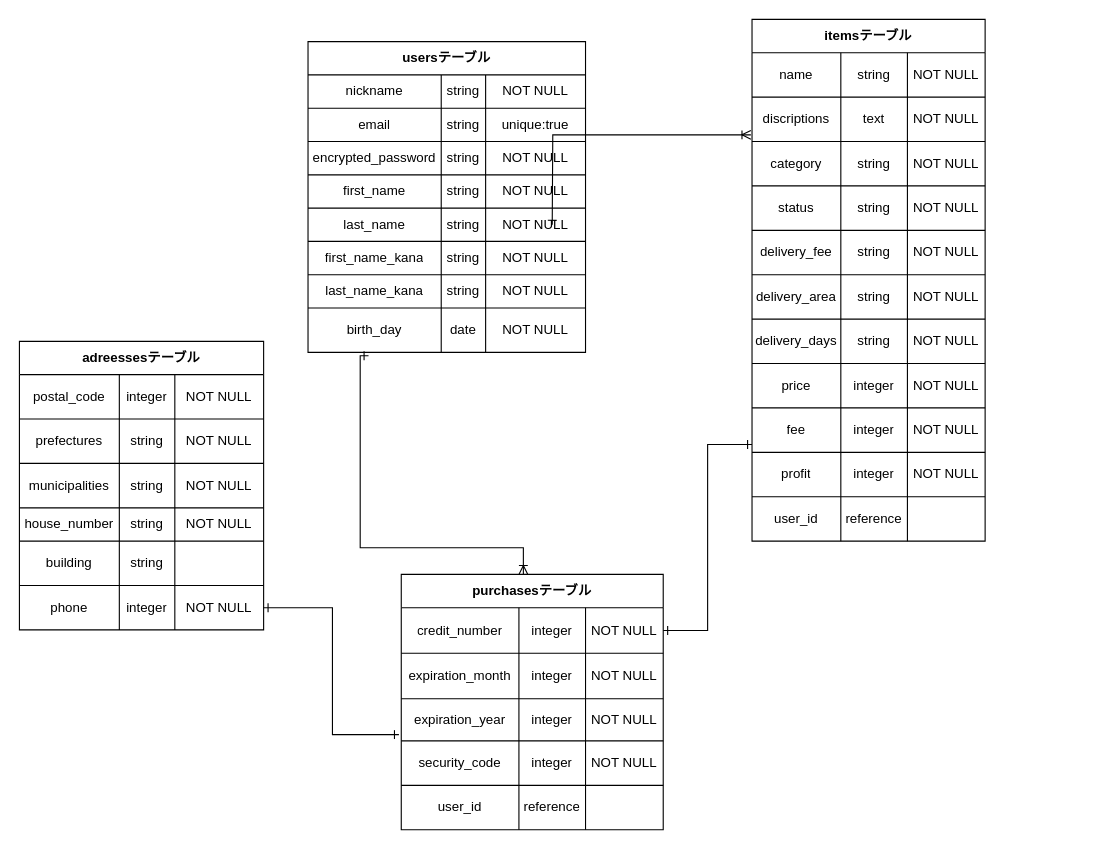
takashi3802/furima-34451 keeps this draw.io diagram as furima.dio. Above is the earlier version. Source tidied: cells renumbered, new cells numbered last; positions are measured from the earlier drawing's top-left corner, leaving out a move shared by most shapes. Both pictures are drawn from the tidied source at 111%, with x=0, y=0 at pixel (19, 19).
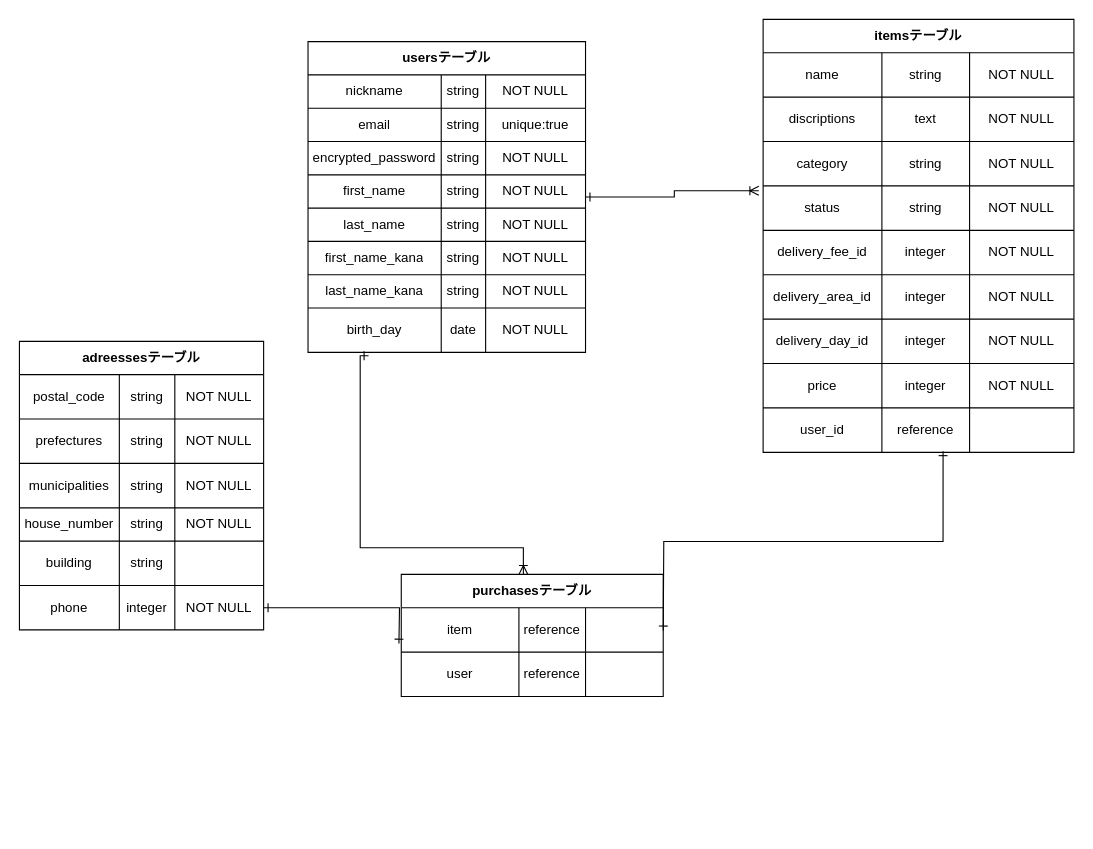
The same page after the edit.

Commit message (it also covers changes not shown here):
ER図・README修正2

The change refers to these unchanged cells:
```xml
<mxCell id="2" value="usersテーブル" style="shape=table;html=1;whiteSpace=wrap;startSize=30;childLayout=tableLayout;fontStyle=1;align=center;" parent="1" vertex="1">
  <mxGeometry x="260" y="20" width="250" height="280" as="geometry" />
</mxCell>
<mxCell id="82" style="shape=partialRectangle;html=1;whiteSpace=wrap;fillColor=none;top=0;left=0;bottom=0;right=0;" parent="81" vertex="1">
  <mxGeometry y="30" width="220" height="40" as="geometry" />
</mxCell>
<mxCell id="102" style="shape=partialRectangle;html=1;whiteSpace=wrap;fillColor=none;top=0;left=0;bottom=0;right=0;points=[[0,0.5],[1,0.5]];portConstraint=eastwest;" parent="81" vertex="1">
  <mxGeometry y="220" width="220" height="40" as="geometry" />
</mxCell>
```

What changed in the source:
```diff
@@
+    <mxCell id="131" style="edgeStyle=orthogonalEdgeStyle;rounded=0;jettySize=auto;html=1;entryX=-0.014;entryY=0.108;entryDx=0;entryDy=0;entryPerimeter=0;endArrow=ERoneToMany;endFill=0;startArrow=ERone;startFill=0;" parent="1" edge="1" source="2" target="48">
+      <mxGeometry relative="1" as="geometry" />
+    </mxCell>
@@
     <mxCell id="35" value="itemsテーブル" style="shape=table;html=1;whiteSpace=wrap;startSize=30;childLayout=tableLayout;fontStyle=1;align=center;" parent="1" vertex="1">
-      <mxGeometry x="660" width="210" height="470" as="geometry" />
+      <mxGeometry x="670" width="280" height="390" as="geometry" />
     </mxCell>
     <mxCell id="36" style="shape=partialRectangle;html=1;whiteSpace=wrap;fillColor=none;top=0;left=0;bottom=0;right=0;" parent="35" vertex="1">
-      <mxGeometry y="30" width="210" height="40" as="geometry" />
+      <mxGeometry y="30" width="280" height="40" as="geometry" />
     </mxCell>
     <mxCell id="37" value="name" style="shape=partialRectangle;html=1;whiteSpace=wrap;fillColor=none;top=0;left=0;bottom=0;right=0;overflow=hidden;" parent="36" vertex="1">
-      <mxGeometry width="80" height="40" as="geometry" />
+      <mxGeometry width="107" height="40" as="geometry" />
     </mxCell>
     <mxCell id="38" value="string" style="shape=partialRectangle;html=1;whiteSpace=wrap;fillColor=none;top=0;left=0;bottom=0;right=0;overflow=hidden;" parent="36" vertex="1">
-      <mxGeometry x="80" width="60" height="40" as="geometry" />
+      <mxGeometry x="107" width="79" height="40" as="geometry" />
     </mxCell>
     <mxCell id="39" value="NOT NULL" style="shape=partialRectangle;html=1;whiteSpace=wrap;fillColor=none;top=0;left=0;bottom=0;right=0;overflow=hidden;" parent="36" vertex="1">
-      <mxGeometry x="140" width="70" height="40" as="geometry" />
+      <mxGeometry x="186" width="94" height="40" as="geometry" />
     </mxCell>
     <mxCell id="40" style="shape=partialRectangle;html=1;whiteSpace=wrap;fillColor=none;top=0;left=0;bottom=0;right=0;points=[[0,0.5],[1,0.5]];portConstraint=eastwest;" parent="35" vertex="1">
-      <mxGeometry y="70" width="210" height="40" as="geometry" />
+      <mxGeometry y="70" width="280" height="40" as="geometry" />
     </mxCell>
     <mxCell id="41" value="discriptions" style="shape=partialRectangle;html=1;whiteSpace=wrap;fillColor=none;top=0;left=0;bottom=0;right=0;overflow=hidden;" parent="40" vertex="1">
-      <mxGeometry width="80" height="40" as="geometry" />
+      <mxGeometry width="107" height="40" as="geometry" />
     </mxCell>
     <mxCell id="42" value="text" style="shape=partialRectangle;html=1;whiteSpace=wrap;fillColor=none;top=0;left=0;bottom=0;right=0;overflow=hidden;" parent="40" vertex="1">
-      <mxGeometry x="80" width="60" height="40" as="geometry" />
+      <mxGeometry x="107" width="79" height="40" as="geometry" />
     </mxCell>
     <mxCell id="43" value="NOT NULL" style="shape=partialRectangle;html=1;whiteSpace=wrap;fillColor=none;top=0;left=0;bottom=0;right=0;overflow=hidden;" parent="40" vertex="1">
-      <mxGeometry x="140" width="70" height="40" as="geometry" />
+      <mxGeometry x="186" width="94" height="40" as="geometry" />
     </mxCell>
     <mxCell id="44" style="shape=partialRectangle;html=1;whiteSpace=wrap;fillColor=none;top=0;left=0;bottom=0;right=0;" parent="35" vertex="1">
-      <mxGeometry y="110" width="210" height="40" as="geometry" />
+      <mxGeometry y="110" width="280" height="40" as="geometry" />
     </mxCell>
     <mxCell id="45" value="category" style="shape=partialRectangle;html=1;whiteSpace=wrap;fillColor=none;top=0;left=0;bottom=0;right=0;overflow=hidden;" parent="44" vertex="1">
-      <mxGeometry width="80" height="40" as="geometry" />
+      <mxGeometry width="107" height="40" as="geometry" />
     </mxCell>
     <mxCell id="46" value="string" style="shape=partialRectangle;html=1;whiteSpace=wrap;fillColor=none;top=0;left=0;bottom=0;right=0;overflow=hidden;" parent="44" vertex="1">
-      <mxGeometry x="80" width="60" height="40" as="geometry" />
+      <mxGeometry x="107" width="79" height="40" as="geometry" />
     </mxCell>
     <mxCell id="47" value="NOT NULL" style="shape=partialRectangle;html=1;whiteSpace=wrap;fillColor=none;top=0;left=0;bottom=0;right=0;overflow=hidden;" parent="44" vertex="1">
-      <mxGeometry x="140" width="70" height="40" as="geometry" />
+      <mxGeometry x="186" width="94" height="40" as="geometry" />
     </mxCell>
     <mxCell id="48" style="shape=partialRectangle;html=1;whiteSpace=wrap;fillColor=none;top=0;left=0;bottom=0;right=0;points=[[0,0.5],[1,0.5]];portConstraint=eastwest;" parent="35" vertex="1">
-      <mxGeometry y="150" width="210" height="40" as="geometry" />
+      <mxGeometry y="150" width="280" height="40" as="geometry" />
     </mxCell>
     <mxCell id="49" value="status" style="shape=partialRectangle;html=1;whiteSpace=wrap;fillColor=none;top=0;left=0;bottom=0;right=0;overflow=hidden;" parent="48" vertex="1">
-      <mxGeometry width="80" height="40" as="geometry" />
+      <mxGeometry width="107" height="40" as="geometry" />
     </mxCell>
     <mxCell id="50" value="string" style="shape=partialRectangle;html=1;whiteSpace=wrap;fillColor=none;top=0;left=0;bottom=0;right=0;overflow=hidden;" parent="48" vertex="1">
-      <mxGeometry x="80" width="60" height="40" as="geometry" />
+      <mxGeometry x="107" width="79" height="40" as="geometry" />
     </mxCell>
     <mxCell id="51" value="NOT NULL" style="shape=partialRectangle;html=1;whiteSpace=wrap;fillColor=none;top=0;left=0;bottom=0;right=0;overflow=hidden;" parent="48" vertex="1">
-      <mxGeometry x="140" width="70" height="40" as="geometry" />
+      <mxGeometry x="186" width="94" height="40" as="geometry" />
     </mxCell>
     <mxCell id="52" style="shape=partialRectangle;html=1;whiteSpace=wrap;fillColor=none;top=0;left=0;bottom=0;right=0;" parent="35" vertex="1">
-      <mxGeometry y="190" width="210" height="40" as="geometry" />
+      <mxGeometry y="190" width="280" height="40" as="geometry" />
     </mxCell>
-    <mxCell id="53" value="delivery_fee" style="shape=partialRectangle;html=1;whiteSpace=wrap;fillColor=none;top=0;left=0;bottom=0;right=0;overflow=hidden;" parent="52" vertex="1">
-      <mxGeometry width="80" height="40" as="geometry" />
+    <mxCell id="53" value="delivery_fee_id" style="shape=partialRectangle;html=1;whiteSpace=wrap;fillColor=none;top=0;left=0;bottom=0;right=0;overflow=hidden;" parent="52" vertex="1">
+      <mxGeometry width="107" height="40" as="geometry" />
     </mxCell>
-    <mxCell id="54" value="string" style="shape=partialRectangle;html=1;whiteSpace=wrap;fillColor=none;top=0;left=0;bottom=0;right=0;overflow=hidden;" parent="52" vertex="1">
-      <mxGeometry x="80" width="60" height="40" as="geometry" />
+    <mxCell id="54" value="integer" style="shape=partialRectangle;html=1;whiteSpace=wrap;fillColor=none;top=0;left=0;bottom=0;right=0;overflow=hidden;" parent="52" vertex="1">
+      <mxGeometry x="107" width="79" height="40" as="geometry" />
     </mxCell>
     <mxCell id="55" value="NOT NULL" style="shape=partialRectangle;html=1;whiteSpace=wrap;fillColor=none;top=0;left=0;bottom=0;right=0;overflow=hidden;" parent="52" vertex="1">
-      <mxGeometry x="140" width="70" height="40" as="geometry" />
+      <mxGeometry x="186" width="94" height="40" as="geometry" />
     </mxCell>
     <mxCell id="56" style="shape=partialRectangle;html=1;whiteSpace=wrap;fillColor=none;top=0;left=0;bottom=0;right=0;" parent="35" vertex="1">
-      <mxGeometry y="230" width="210" height="40" as="geometry" />
+      <mxGeometry y="230" width="280" height="40" as="geometry" />
     </mxCell>
-    <mxCell id="57" value="delivery_area" style="shape=partialRectangle;html=1;whiteSpace=wrap;fillColor=none;top=0;left=0;bottom=0;right=0;overflow=hidden;" parent="56" vertex="1">
-      <mxGeometry width="80" height="40" as="geometry" />
+    <mxCell id="57" value="delivery_area_id" style="shape=partialRectangle;html=1;whiteSpace=wrap;fillColor=none;top=0;left=0;bottom=0;right=0;overflow=hidden;" parent="56" vertex="1">
+      <mxGeometry width="107" height="40" as="geometry" />
     </mxCell>
-    <mxCell id="58" value="string" style="shape=partialRectangle;html=1;whiteSpace=wrap;fillColor=none;top=0;left=0;bottom=0;right=0;overflow=hidden;" parent="56" vertex="1">
-      <mxGeometry x="80" width="60" height="40" as="geometry" />
+    <mxCell id="58" value="integer" style="shape=partialRectangle;html=1;whiteSpace=wrap;fillColor=none;top=0;left=0;bottom=0;right=0;overflow=hidden;" parent="56" vertex="1">
+      <mxGeometry x="107" width="79" height="40" as="geometry" />
     </mxCell>
     <mxCell id="59" value="NOT NULL" style="shape=partialRectangle;html=1;whiteSpace=wrap;fillColor=none;top=0;left=0;bottom=0;right=0;overflow=hidden;" parent="56" vertex="1">
-      <mxGeometry x="140" width="70" height="40" as="geometry" />
+      <mxGeometry x="186" width="94" height="40" as="geometry" />
     </mxCell>
     <mxCell id="60" style="shape=partialRectangle;html=1;whiteSpace=wrap;fillColor=none;top=0;left=0;bottom=0;right=0;" parent="35" vertex="1">
-      <mxGeometry y="270" width="210" height="40" as="geometry" />
+      <mxGeometry y="270" width="280" height="40" as="geometry" />
     </mxCell>
-    <mxCell id="61" value="delivery_days" style="shape=partialRectangle;html=1;whiteSpace=wrap;fillColor=none;top=0;left=0;bottom=0;right=0;overflow=hidden;" parent="60" vertex="1">
-      <mxGeometry width="80" height="40" as="geometry" />
+    <mxCell id="61" value="delivery_day_id" style="shape=partialRectangle;html=1;whiteSpace=wrap;fillColor=none;top=0;left=0;bottom=0;right=0;overflow=hidden;" parent="60" vertex="1">
+      <mxGeometry width="107" height="40" as="geometry" />
     </mxCell>
-    <mxCell id="62" value="string" style="shape=partialRectangle;html=1;whiteSpace=wrap;fillColor=none;top=0;left=0;bottom=0;right=0;overflow=hidden;" parent="60" vertex="1">
-      <mxGeometry x="80" width="60" height="40" as="geometry" />
+    <mxCell id="62" value="integer" style="shape=partialRectangle;html=1;whiteSpace=wrap;fillColor=none;top=0;left=0;bottom=0;right=0;overflow=hidden;" parent="60" vertex="1">
+      <mxGeometry x="107" width="79" height="40" as="geometry" />
     </mxCell>
     <mxCell id="63" value="NOT NULL" style="shape=partialRectangle;html=1;whiteSpace=wrap;fillColor=none;top=0;left=0;bottom=0;right=0;overflow=hidden;" parent="60" vertex="1">
-      <mxGeometry x="140" width="70" height="40" as="geometry" />
+      <mxGeometry x="186" width="94" height="40" as="geometry" />
     </mxCell>
     <mxCell id="64" style="shape=partialRectangle;html=1;whiteSpace=wrap;fillColor=none;top=0;left=0;bottom=0;right=0;" parent="35" vertex="1">
-      <mxGeometry y="310" width="210" height="40" as="geometry" />
+      <mxGeometry y="310" width="280" height="40" as="geometry" />
     </mxCell>
     <mxCell id="65" value="price" style="shape=partialRectangle;html=1;whiteSpace=wrap;fillColor=none;top=0;left=0;bottom=0;right=0;overflow=hidden;" parent="64" vertex="1">
-      <mxGeometry width="80" height="40" as="geometry" />
+      <mxGeometry width="107" height="40" as="geometry" />
     </mxCell>
     <mxCell id="66" value="integer" style="shape=partialRectangle;html=1;whiteSpace=wrap;fillColor=none;top=0;left=0;bottom=0;right=0;overflow=hidden;" parent="64" vertex="1">
-      <mxGeometry x="80" width="60" height="40" as="geometry" />
+      <mxGeometry x="107" width="79" height="40" as="geometry" />
     </mxCell>
     <mxCell id="67" value="NOT NULL" style="shape=partialRectangle;html=1;whiteSpace=wrap;fillColor=none;top=0;left=0;bottom=0;right=0;overflow=hidden;" parent="64" vertex="1">
-      <mxGeometry x="140" width="70" height="40" as="geometry" />
+      <mxGeometry x="186" width="94" height="40" as="geometry" />
     </mxCell>
-    <mxCell id="68" style="shape=partialRectangle;html=1;whiteSpace=wrap;fillColor=none;top=0;left=0;bottom=0;right=0;points=[[0,0.5],[1,0.5]];portConstraint=eastwest;" parent="35" vertex="1">
-      <mxGeometry y="350" width="210" height="40" as="geometry" />
-    </mxCell>
-    <mxCell id="69" value="fee" style="shape=partialRectangle;html=1;whiteSpace=wrap;fillColor=none;top=0;left=0;bottom=0;right=0;overflow=hidden;" parent="68" vertex="1">
-      <mxGeometry width="80" height="40" as="geometry" />
-    </mxCell>
-    <mxCell id="70" value="integer" style="shape=partialRectangle;html=1;whiteSpace=wrap;fillColor=none;top=0;left=0;bottom=0;right=0;overflow=hidden;" parent="68" vertex="1">
-      <mxGeometry x="80" width="60" height="40" as="geometry" />
-    </mxCell>
-    <mxCell id="71" value="NOT NULL" style="shape=partialRectangle;html=1;whiteSpace=wrap;fillColor=none;top=0;left=0;bottom=0;right=0;overflow=hidden;" parent="68" vertex="1">
-      <mxGeometry x="140" width="70" height="40" as="geometry" />
-    </mxCell>
-    <mxCell id="72" style="shape=partialRectangle;html=1;whiteSpace=wrap;fillColor=none;top=0;left=0;bottom=0;right=0;" parent="35" vertex="1">
-      <mxGeometry y="390" width="210" height="40" as="geometry" />
-    </mxCell>
-    <mxCell id="73" value="profit" style="shape=partialRectangle;html=1;whiteSpace=wrap;fillColor=none;top=0;left=0;bottom=0;right=0;overflow=hidden;" parent="72" vertex="1">
-      <mxGeometry width="80" height="40" as="geometry" />
-    </mxCell>
-    <mxCell id="74" value="integer" style="shape=partialRectangle;html=1;whiteSpace=wrap;fillColor=none;top=0;left=0;bottom=0;right=0;overflow=hidden;" parent="72" vertex="1">
-      <mxGeometry x="80" width="60" height="40" as="geometry" />
-    </mxCell>
-    <mxCell id="75" value="NOT NULL" style="shape=partialRectangle;html=1;whiteSpace=wrap;fillColor=none;top=0;left=0;bottom=0;right=0;overflow=hidden;" parent="72" vertex="1">
-      <mxGeometry x="140" width="70" height="40" as="geometry" />
-    </mxCell>
@@
     <mxCell id="77" style="shape=partialRectangle;html=1;whiteSpace=wrap;fillColor=none;top=0;left=0;bottom=0;right=0;points=[[0,0.5],[1,0.5]];portConstraint=eastwest;" parent="35" vertex="1">
-      <mxGeometry y="430" width="210" height="40" as="geometry" />
+      <mxGeometry y="350" width="280" height="40" as="geometry" />
     </mxCell>
     <mxCell id="78" value="user_id" style="shape=partialRectangle;html=1;whiteSpace=wrap;fillColor=none;top=0;left=0;bottom=0;right=0;overflow=hidden;" parent="77" vertex="1">
-      <mxGeometry width="80" height="40" as="geometry" />
+      <mxGeometry width="107" height="40" as="geometry" />
     </mxCell>
     <mxCell id="79" value="reference" style="shape=partialRectangle;html=1;whiteSpace=wrap;fillColor=none;top=0;left=0;bottom=0;right=0;overflow=hidden;" parent="77" vertex="1">
-      <mxGeometry x="80" width="60" height="40" as="geometry" />
+      <mxGeometry x="107" width="79" height="40" as="geometry" />
     </mxCell>
     <mxCell id="80" style="shape=partialRectangle;html=1;whiteSpace=wrap;fillColor=none;top=0;left=0;bottom=0;right=0;overflow=hidden;" parent="77" vertex="1">
-      <mxGeometry x="140" width="70" height="40" as="geometry" />
+      <mxGeometry x="186" width="94" height="40" as="geometry" />
     </mxCell>
@@
-    <mxCell id="84" value="integer" style="shape=partialRectangle;html=1;whiteSpace=wrap;fillColor=none;top=0;left=0;bottom=0;right=0;overflow=hidden;" parent="82" vertex="1">
+    <mxCell id="84" value="string" style="shape=partialRectangle;html=1;whiteSpace=wrap;fillColor=none;top=0;left=0;bottom=0;right=0;overflow=hidden;" parent="82" vertex="1">
       <mxGeometry x="90" width="50" height="40" as="geometry" />
     </mxCell>
@@
     <mxCell id="107" value="purchasesテーブル" style="shape=table;html=1;whiteSpace=wrap;startSize=30;childLayout=tableLayout;fontStyle=1;align=center;" parent="1" vertex="1">
-      <mxGeometry x="344" y="500" width="236" height="230" as="geometry" />
+      <mxGeometry x="344" y="500" width="236" height="110" as="geometry" />
     </mxCell>
-    <mxCell id="108" style="shape=partialRectangle;html=1;whiteSpace=wrap;fillColor=none;top=0;left=0;bottom=0;right=0;points=[[0,0.5],[1,0.5]];portConstraint=eastwest;" parent="107" vertex="1">
-      <mxGeometry y="30" width="236" height="41" as="geometry" />
-    </mxCell>
-    <mxCell id="109" value="credit_number" style="shape=partialRectangle;html=1;whiteSpace=wrap;fillColor=none;top=0;left=0;bottom=0;right=0;overflow=hidden;" parent="108" vertex="1">
-      <mxGeometry width="106" height="41" as="geometry" />
-    </mxCell>
-    <mxCell id="110" value="integer" style="shape=partialRectangle;html=1;whiteSpace=wrap;fillColor=none;top=0;left=0;bottom=0;right=0;overflow=hidden;" parent="108" vertex="1">
-      <mxGeometry x="106" width="60" height="41" as="geometry" />
-    </mxCell>
-    <mxCell id="111" value="NOT NULL" style="shape=partialRectangle;html=1;whiteSpace=wrap;fillColor=none;top=0;left=0;bottom=0;right=0;overflow=hidden;" parent="108" vertex="1">
-      <mxGeometry x="166" width="70" height="41" as="geometry" />
-    </mxCell>
-    <mxCell id="112" style="shape=partialRectangle;html=1;whiteSpace=wrap;fillColor=none;top=0;left=0;bottom=0;right=0;" parent="107" vertex="1">
-      <mxGeometry y="71" width="236" height="41" as="geometry" />
-    </mxCell>
-    <mxCell id="113" value="expiration_month" style="shape=partialRectangle;html=1;whiteSpace=wrap;fillColor=none;top=0;left=0;bottom=0;right=0;overflow=hidden;" parent="112" vertex="1">
-      <mxGeometry width="106" height="41" as="geometry" />
-    </mxCell>
-    <mxCell id="114" value="integer" style="shape=partialRectangle;html=1;whiteSpace=wrap;fillColor=none;top=0;left=0;bottom=0;right=0;overflow=hidden;" parent="112" vertex="1">
-      <mxGeometry x="106" width="60" height="41" as="geometry" />
-    </mxCell>
-    <mxCell id="115" value="NOT NULL" style="shape=partialRectangle;html=1;whiteSpace=wrap;fillColor=none;top=0;left=0;bottom=0;right=0;overflow=hidden;" parent="112" vertex="1">
-      <mxGeometry x="166" width="70" height="41" as="geometry" />
-    </mxCell>
-    <mxCell id="116" style="shape=partialRectangle;html=1;whiteSpace=wrap;fillColor=none;top=0;left=0;bottom=0;right=0;points=[[0,0.5],[1,0.5]];portConstraint=eastwest;" parent="107" vertex="1">
-      <mxGeometry y="112" width="236" height="38" as="geometry" />
-    </mxCell>
-    <mxCell id="117" value="expiration_year" style="shape=partialRectangle;html=1;whiteSpace=wrap;fillColor=none;top=0;left=0;bottom=0;right=0;overflow=hidden;" parent="116" vertex="1">
-      <mxGeometry width="106" height="38" as="geometry" />
-    </mxCell>
-    <mxCell id="118" value="integer" style="shape=partialRectangle;html=1;whiteSpace=wrap;fillColor=none;top=0;left=0;bottom=0;right=0;overflow=hidden;" parent="116" vertex="1">
-      <mxGeometry x="106" width="60" height="38" as="geometry" />
-    </mxCell>
-    <mxCell id="119" value="NOT NULL" style="shape=partialRectangle;html=1;whiteSpace=wrap;fillColor=none;top=0;left=0;bottom=0;right=0;overflow=hidden;" parent="116" vertex="1">
-      <mxGeometry x="166" width="70" height="38" as="geometry" />
-    </mxCell>
     <mxCell id="120" style="shape=partialRectangle;html=1;whiteSpace=wrap;fillColor=none;top=0;left=0;bottom=0;right=0;" parent="107" vertex="1">
-      <mxGeometry y="150" width="236" height="40" as="geometry" />
+      <mxGeometry y="30" width="236" height="40" as="geometry" />
     </mxCell>
-    <mxCell id="121" value="security_code" style="shape=partialRectangle;html=1;whiteSpace=wrap;fillColor=none;top=0;left=0;bottom=0;right=0;overflow=hidden;" parent="120" vertex="1">
+    <mxCell id="121" value="item" style="shape=partialRectangle;html=1;whiteSpace=wrap;fillColor=none;top=0;left=0;bottom=0;right=0;overflow=hidden;" parent="120" vertex="1">
       <mxGeometry width="106" height="40" as="geometry" />
     </mxCell>
-    <mxCell id="122" value="integer" style="shape=partialRectangle;html=1;whiteSpace=wrap;fillColor=none;top=0;left=0;bottom=0;right=0;overflow=hidden;" parent="120" vertex="1">
+    <mxCell id="122" value="reference" style="shape=partialRectangle;html=1;whiteSpace=wrap;fillColor=none;top=0;left=0;bottom=0;right=0;overflow=hidden;" parent="120" vertex="1">
       <mxGeometry x="106" width="60" height="40" as="geometry" />
     </mxCell>
-    <mxCell id="123" value="NOT NULL" style="shape=partialRectangle;html=1;whiteSpace=wrap;fillColor=none;top=0;left=0;bottom=0;right=0;overflow=hidden;" parent="120" vertex="1">
+    <mxCell id="123" style="shape=partialRectangle;html=1;whiteSpace=wrap;fillColor=none;top=0;left=0;bottom=0;right=0;overflow=hidden;" parent="120" vertex="1">
       <mxGeometry x="166" width="70" height="40" as="geometry" />
     </mxCell>
     <mxCell id="124" style="shape=partialRectangle;html=1;whiteSpace=wrap;fillColor=none;top=0;left=0;bottom=0;right=0;" parent="107" vertex="1">
-      <mxGeometry y="190" width="236" height="40" as="geometry" />
+      <mxGeometry y="70" width="236" height="40" as="geometry" />
     </mxCell>
-    <mxCell id="125" value="user_id" style="shape=partialRectangle;html=1;whiteSpace=wrap;fillColor=none;top=0;left=0;bottom=0;right=0;overflow=hidden;" parent="124" vertex="1">
+    <mxCell id="125" value="user" style="shape=partialRectangle;html=1;whiteSpace=wrap;fillColor=none;top=0;left=0;bottom=0;right=0;overflow=hidden;" parent="124" vertex="1">
       <mxGeometry width="106" height="40" as="geometry" />
     </mxCell>
@@
-    <mxCell id="128" style="edgeStyle=orthogonalEdgeStyle;rounded=0;jettySize=auto;html=1;exitX=1;exitY=0.5;exitDx=0;exitDy=0;entryX=-0.005;entryY=0.85;entryDx=0;entryDy=0;entryPerimeter=0;endArrow=ERoneToMany;endFill=0;startArrow=ERone;startFill=0;" parent="1" edge="1" target="40">
-      <mxGeometry relative="1" as="geometry">
-        <mxPoint x="480" y="185" as="sourcePoint" />
-      </mxGeometry>
-    </mxCell>
-    <mxCell id="129" style="edgeStyle=orthogonalEdgeStyle;rounded=0;jettySize=auto;html=1;entryX=0;entryY=0.825;entryDx=0;entryDy=0;entryPerimeter=0;startArrow=ERone;startFill=0;endArrow=ERone;endFill=0;" parent="1" edge="1" source="108" target="68">
-      <mxGeometry relative="1" as="geometry" />
-    </mxCell>
-    <mxCell id="130" style="edgeStyle=orthogonalEdgeStyle;rounded=0;jettySize=auto;html=1;entryX=-0.009;entryY=0.85;entryDx=0;entryDy=0;entryPerimeter=0;startArrow=ERone;startFill=0;endArrow=ERone;endFill=0;" parent="1" edge="1" source="102" target="116">
-      <mxGeometry relative="1" as="geometry" />
+    <mxCell id="130" style="edgeStyle=orthogonalEdgeStyle;rounded=0;jettySize=auto;html=1;entryX=-0.009;entryY=0.85;entryDx=0;entryDy=0;entryPerimeter=0;startArrow=ERone;startFill=0;endArrow=ERone;endFill=0;" parent="1" edge="1" source="102">
+      <mxGeometry relative="1" as="geometry">
+        <mxPoint x="341.9" y="562.3" as="targetPoint" />
+      </mxGeometry>
     </mxCell>
+    <mxCell id="132" style="edgeStyle=orthogonalEdgeStyle;rounded=0;jettySize=auto;html=1;entryX=0.579;entryY=0.975;entryDx=0;entryDy=0;entryPerimeter=0;startArrow=ERone;startFill=0;endArrow=ERone;endFill=0;" parent="1" edge="1" target="77">
+      <mxGeometry relative="1" as="geometry">
+        <mxPoint x="580" y="550.5" as="sourcePoint" />
+      </mxGeometry>
+    </mxCell>
```
